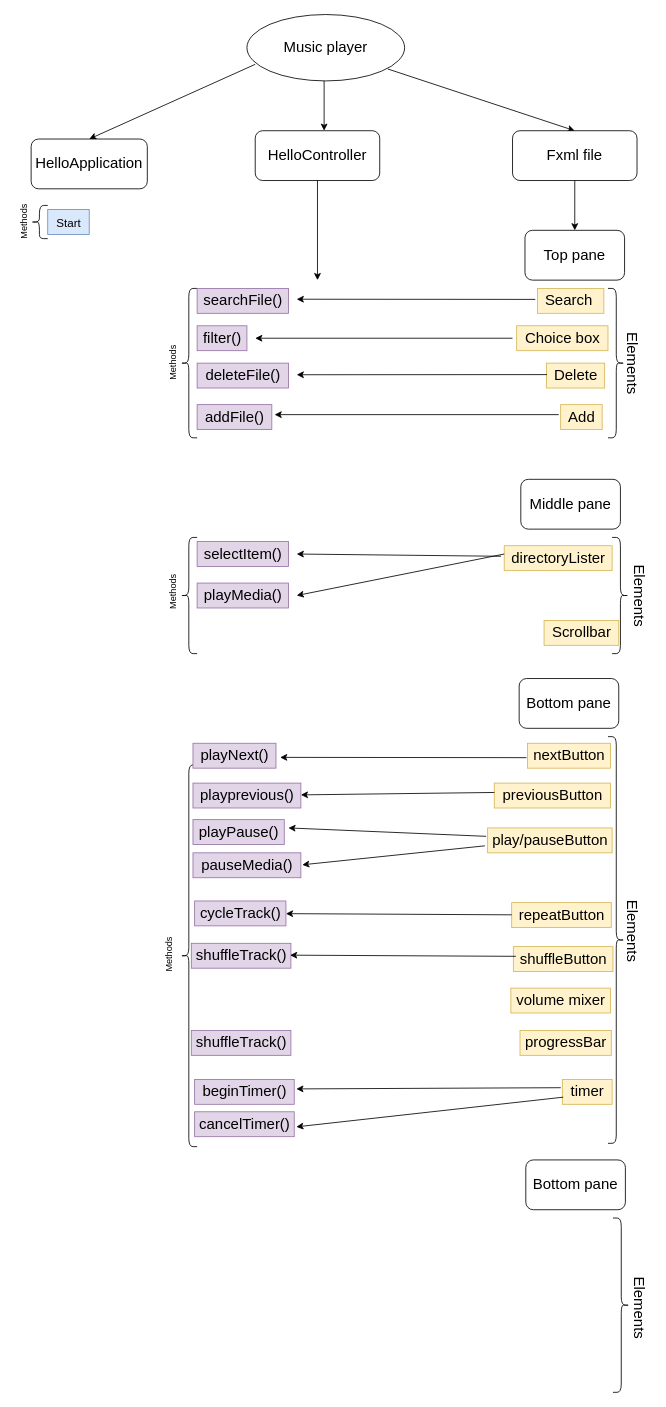
Above: Untitled Diagram.drawio in nzolotoff/HSE-calculator-Java (draw.io), before the change. Source tidied: cells renumbered, new cells numbered last; positions are measured from the earlier drawing's top-left corner, leaving out a move shared by most shapes. Both pictures are drawn from the tidied source at 83%, with x=0, y=0 at pixel (-2, 14).
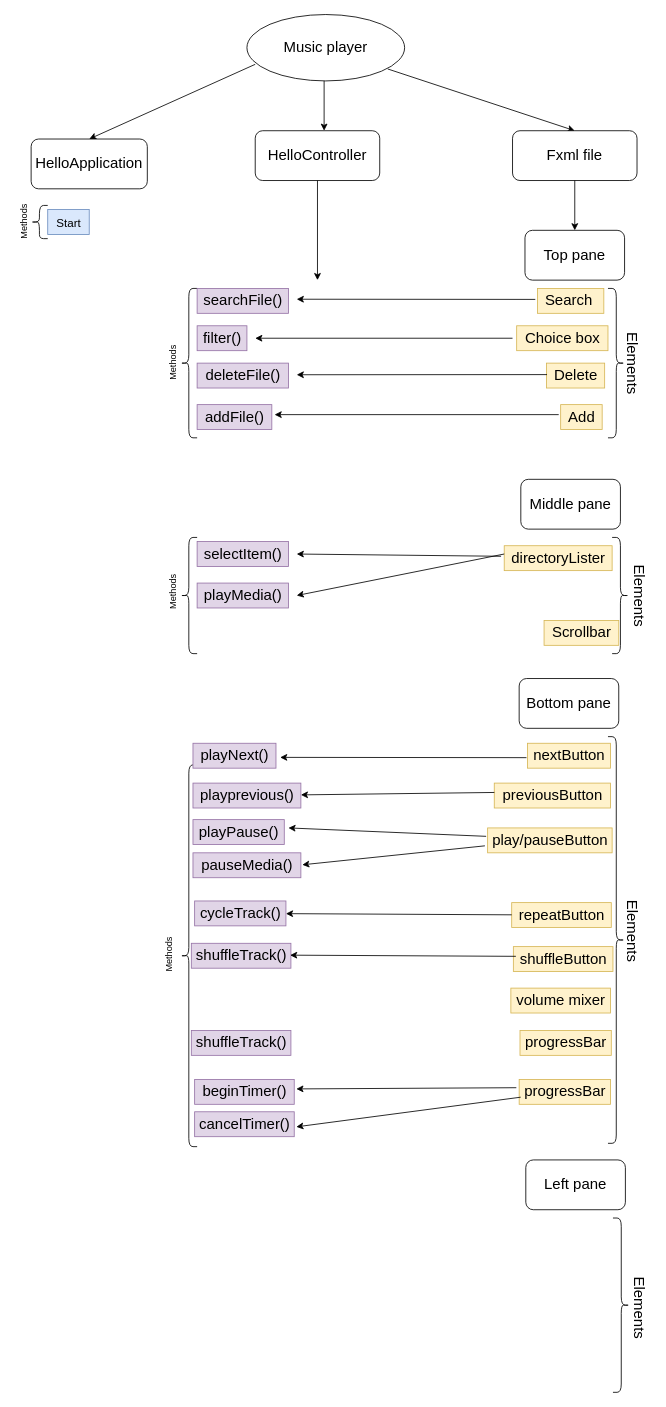
The same diagram, later.

The edit, as a diff of the source:
```diff
@@
-    <mxCell id="54" value="timer" style="text;html=1;align=center;verticalAlign=middle;points=[];strokeColor=#d6b656;fillColor=#fff2cc;fontSize=18;" parent="1" vertex="1">
-      <mxGeometry x="680" y="1283" width="60" height="30" as="geometry" />
+    <mxCell id="54" value="progressBar" style="text;html=1;align=center;verticalAlign=middle;points=[];strokeColor=#d6b656;fillColor=#fff2cc;fontSize=18;" parent="1" vertex="1">
+      <mxGeometry x="628" y="1283" width="110" height="30" as="geometry" />
     </mxCell>
@@
-    <mxCell id="68" value="Bottom pane" style="rounded=1;whiteSpace=wrap;html=1;fontSize=18;" parent="1" vertex="1">
+    <mxCell id="68" value="Left pane" style="rounded=1;whiteSpace=wrap;html=1;fontSize=18;" parent="1" vertex="1">
       <mxGeometry x="636" y="1380" width="120" height="60" as="geometry" />
     </mxCell>
```
